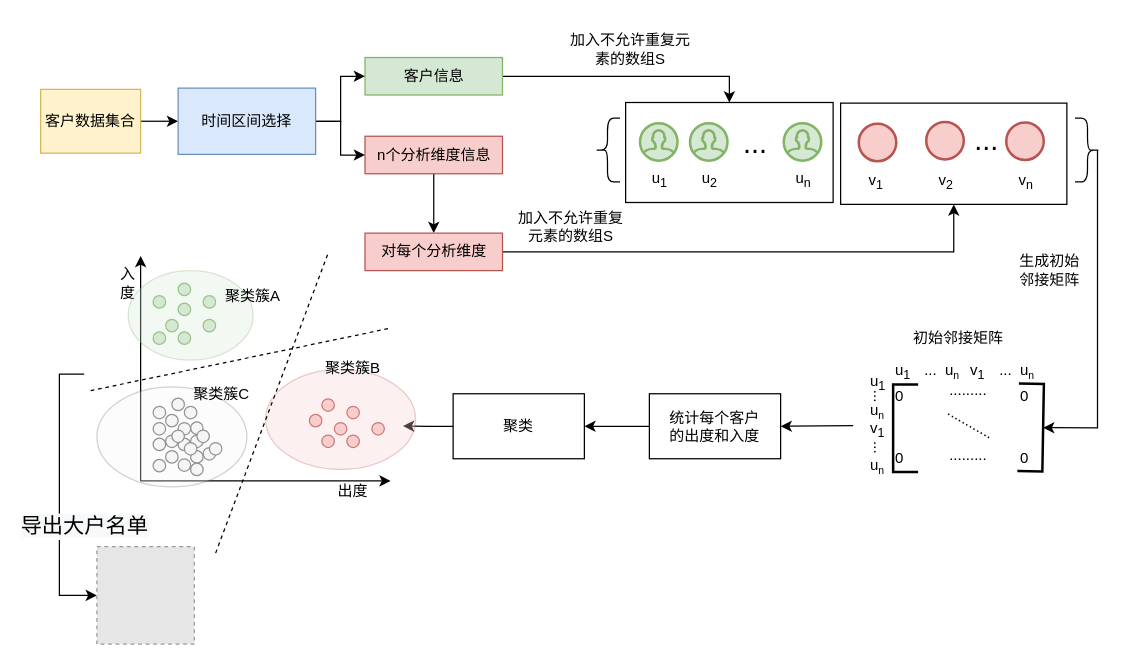
Earlier version of the draw.io diagram page "聚类方法" (8 of 9) of 大户模块和接口.drawio (1009351456/Anonymous). Source tidied: cells renumbered, new cells numbered last; positions are measured from the earlier drawing's top-left corner, leaving out a move shared by most shapes. Both pictures are drawn from the tidied source at 125%, with x=0, y=0 at pixel (40, 20). Pictures stored in the file or linked from it are replaced by grey dashed boxes.
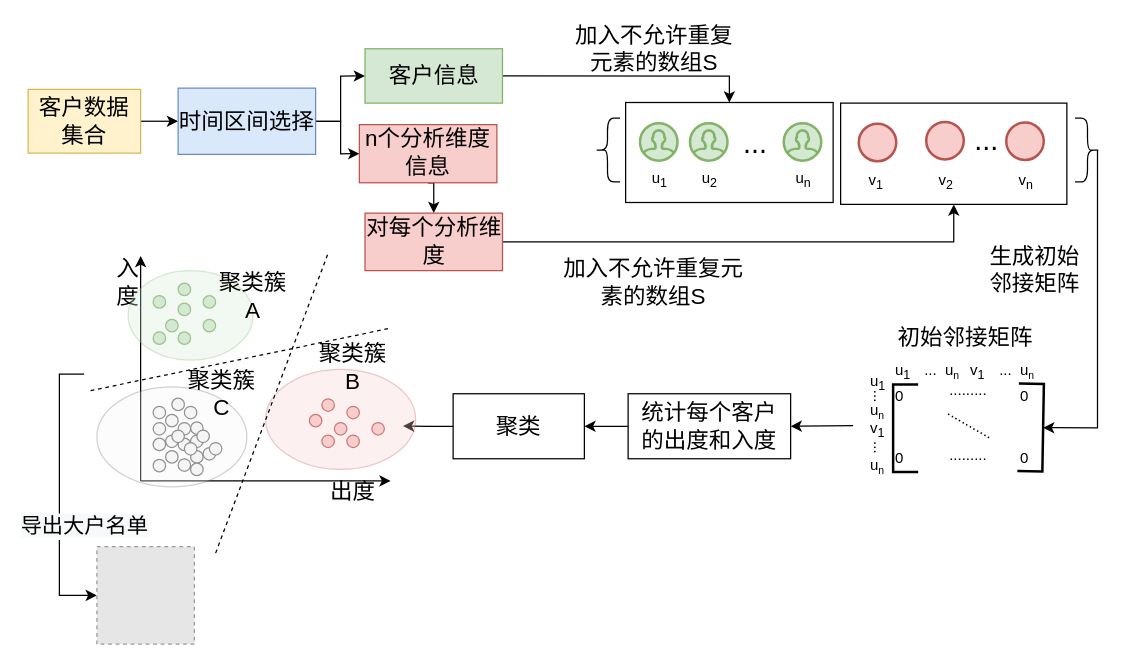
After the change.

Diff of the diagram source:
```diff
@@
-    <mxCell id="9" value="客户数据集合" style="rounded=0;whiteSpace=wrap;html=1;fillColor=#fff2cc;strokeColor=#d6b656;" parent="1" vertex="1">
-      <mxGeometry y="55" width="80" height="51" as="geometry" />
+    <mxCell id="9" value="客户数据集合" style="rounded=0;whiteSpace=wrap;html=1;fillColor=#fff2cc;strokeColor=#d6b656;fontSize=18;" parent="1" vertex="1">
+      <mxGeometry x="-10" y="55" width="90" height="51" as="geometry" />
     </mxCell>
@@
-    <mxCell id="11" value="客户信息" style="rounded=0;whiteSpace=wrap;html=1;fillColor=#d5e8d4;strokeColor=#82b366;" parent="1" vertex="1">
-      <mxGeometry x="259.5" y="29.5" width="110" height="30" as="geometry" />
+    <mxCell id="11" value="客户信息" style="rounded=0;whiteSpace=wrap;html=1;fillColor=#d5e8d4;strokeColor=#82b366;fontSize=18;" parent="1" vertex="1">
+      <mxGeometry x="259.5" y="22.5" width="110" height="43.5" as="geometry" />
     </mxCell>
@@
-    <mxCell id="13" value="n个分析维度信息" style="rounded=0;whiteSpace=wrap;html=1;fillColor=#f8cecc;strokeColor=#b85450;" parent="1" vertex="1">
-      <mxGeometry x="259.5" y="92.5" width="110" height="30" as="geometry" />
+    <mxCell id="13" value="n个分析维度信息" style="rounded=0;whiteSpace=wrap;html=1;fillColor=#f8cecc;strokeColor=#b85450;fontSize=18;" parent="1" vertex="1">
+      <mxGeometry x="255" y="83.2" width="110" height="46.5" as="geometry" />
     </mxCell>
@@
-    <mxCell id="16" value="时间区间选择" style="rounded=0;whiteSpace=wrap;html=1;fillColor=#dae8fc;strokeColor=#6c8ebf;" parent="1" vertex="1">
+    <mxCell id="16" value="时间区间选择" style="rounded=0;whiteSpace=wrap;html=1;fillColor=#dae8fc;strokeColor=#6c8ebf;fontSize=18;" parent="1" vertex="1">
       <mxGeometry x="110" y="54" width="110" height="53" as="geometry" />
     </mxCell>
@@
-    <mxCell id="18" value="统计每个客户&lt;br&gt;的出度和入度" style="rounded=0;whiteSpace=wrap;html=1;" parent="1" vertex="1">
-      <mxGeometry x="487" y="298.5" width="105" height="52" as="geometry" />
+    <mxCell id="18" value="统计每个客户&lt;br style=&quot;font-size: 18px;&quot;&gt;的出度和入度" style="rounded=0;whiteSpace=wrap;html=1;fontSize=18;" parent="1" vertex="1">
+      <mxGeometry x="470" y="298.5" width="130" height="52" as="geometry" />
     </mxCell>
@@
-    <mxCell id="20" value="聚类" style="rounded=0;whiteSpace=wrap;html=1;" parent="1" vertex="1">
+    <mxCell id="20" value="聚类" style="rounded=0;whiteSpace=wrap;html=1;fontSize=18;" parent="1" vertex="1">
       <mxGeometry x="330" y="298.5" width="105" height="52" as="geometry" />
     </mxCell>
@@
-    <mxCell id="34" value="加入不允许重复元素的数组S" style="text;html=1;strokeColor=none;fillColor=none;align=center;verticalAlign=middle;whiteSpace=wrap;rounded=0;fontSize=12;" parent="1" vertex="1">
-      <mxGeometry x="420.5" y="0.5" width="102" height="44" as="geometry" />
+    <mxCell id="34" value="加入不允许重复元素的数组S" style="text;html=1;strokeColor=none;fillColor=none;align=center;verticalAlign=middle;whiteSpace=wrap;rounded=0;fontSize=18;" parent="1" vertex="1">
+      <mxGeometry x="420.5" y="0.5" width="139.5" height="44" as="geometry" />
     </mxCell>
@@
-    <mxCell id="56" value="加入不允许重复元素的数组S" style="text;html=1;strokeColor=none;fillColor=none;align=center;verticalAlign=middle;whiteSpace=wrap;rounded=0;fontSize=12;" parent="1" vertex="1">
-      <mxGeometry x="381" y="154.5" width="87" height="21" as="geometry" />
+    <mxCell id="56" value="加入不允许重复元素的数组S" style="text;html=1;strokeColor=none;fillColor=none;align=center;verticalAlign=middle;whiteSpace=wrap;rounded=0;fontSize=18;" parent="1" vertex="1">
+      <mxGeometry x="410.8" y="199" width="159" height="21" as="geometry" />
     </mxCell>
-    <mxCell id="57" value="初始邻接矩阵" style="text;html=1;strokeColor=none;fillColor=none;align=center;verticalAlign=middle;whiteSpace=wrap;rounded=0;fontSize=12;" parent="1" vertex="1">
-      <mxGeometry x="690.5" y="243.5" width="87" height="21" as="geometry" />
+    <mxCell id="57" value="初始邻接矩阵" style="text;html=1;strokeColor=none;fillColor=none;align=center;verticalAlign=middle;whiteSpace=wrap;rounded=0;fontSize=18;" parent="1" vertex="1">
+      <mxGeometry x="677" y="243.5" width="125.5" height="21" as="geometry" />
     </mxCell>
-    <mxCell id="58" value="生成初始&lt;br&gt;邻接矩阵" style="text;html=1;strokeColor=none;fillColor=none;align=center;verticalAlign=middle;whiteSpace=wrap;rounded=0;fontSize=12;" parent="1" vertex="1">
-      <mxGeometry x="763.5" y="189.5" width="87" height="21" as="geometry" />
+    <mxCell id="58" value="生成初始&lt;br style=&quot;font-size: 18px;&quot;&gt;邻接矩阵" style="text;html=1;strokeColor=none;fillColor=none;align=center;verticalAlign=middle;whiteSpace=wrap;rounded=0;fontSize=18;" parent="1" vertex="1">
+      <mxGeometry x="752" y="189.5" width="87" height="21" as="geometry" />
     </mxCell>
@@
-    <mxCell id="60" value="对每个分析维度" style="rounded=0;whiteSpace=wrap;html=1;fillColor=#f8cecc;strokeColor=#b85450;" parent="1" vertex="1">
-      <mxGeometry x="259.5" y="170" width="110" height="30" as="geometry" />
+    <mxCell id="60" value="对每个分析维度" style="rounded=0;whiteSpace=wrap;html=1;fillColor=#f8cecc;strokeColor=#b85450;fontSize=18;" parent="1" vertex="1">
+      <mxGeometry x="259.5" y="154" width="110" height="46" as="geometry" />
     </mxCell>
@@
-    <mxCell id="67" value="出度" style="text;html=1;strokeColor=none;fillColor=none;align=center;verticalAlign=middle;whiteSpace=wrap;rounded=0;" parent="1" vertex="1">
+    <mxCell id="67" value="出度" style="text;html=1;strokeColor=none;fillColor=none;align=center;verticalAlign=middle;whiteSpace=wrap;rounded=0;fontSize=18;" parent="1" vertex="1">
       <mxGeometry x="230" y="366.5" width="40" height="20" as="geometry" />
     </mxCell>
-    <mxCell id="68" value="入&lt;br&gt;度" style="text;html=1;strokeColor=none;fillColor=none;align=center;verticalAlign=middle;whiteSpace=wrap;rounded=0;" parent="1" vertex="1">
+    <mxCell id="68" value="入&lt;br style=&quot;font-size: 18px;&quot;&gt;度" style="text;html=1;strokeColor=none;fillColor=none;align=center;verticalAlign=middle;whiteSpace=wrap;rounded=0;fontSize=18;" parent="1" vertex="1">
       <mxGeometry x="50" y="200" width="40" height="20" as="geometry" />
     </mxCell>
@@
-    <mxCell id="104" value="聚类簇B" style="text;html=1;strokeColor=none;fillColor=none;align=center;verticalAlign=middle;whiteSpace=wrap;rounded=0;opacity=30;" parent="1" vertex="1">
+    <mxCell id="104" value="聚类簇B" style="text;html=1;strokeColor=none;fillColor=none;align=center;verticalAlign=middle;whiteSpace=wrap;rounded=0;opacity=30;fontSize=18;" parent="1" vertex="1">
       <mxGeometry x="220" y="268" width="60" height="20" as="geometry" />
     </mxCell>
@@
-    <mxCell id="106" value="聚类簇C" style="text;html=1;strokeColor=none;fillColor=none;align=center;verticalAlign=middle;whiteSpace=wrap;rounded=0;opacity=30;" parent="1" vertex="1">
+    <mxCell id="106" value="聚类簇C" style="text;html=1;strokeColor=none;fillColor=none;align=center;verticalAlign=middle;whiteSpace=wrap;rounded=0;opacity=30;fontSize=18;" parent="1" vertex="1">
       <mxGeometry x="115" y="288.5" width="60" height="20" as="geometry" />
     </mxCell>
@@
-    <mxCell id="109" value="聚类簇A" style="text;html=1;strokeColor=none;fillColor=none;align=center;verticalAlign=middle;whiteSpace=wrap;rounded=0;opacity=30;" parent="1" vertex="1">
+    <mxCell id="109" value="聚类簇A" style="text;html=1;strokeColor=none;fillColor=none;align=center;verticalAlign=middle;whiteSpace=wrap;rounded=0;opacity=30;fontSize=18;" parent="1" vertex="1">
       <mxGeometry x="140" y="210.5" width="60" height="20" as="geometry" />
     </mxCell>
```
